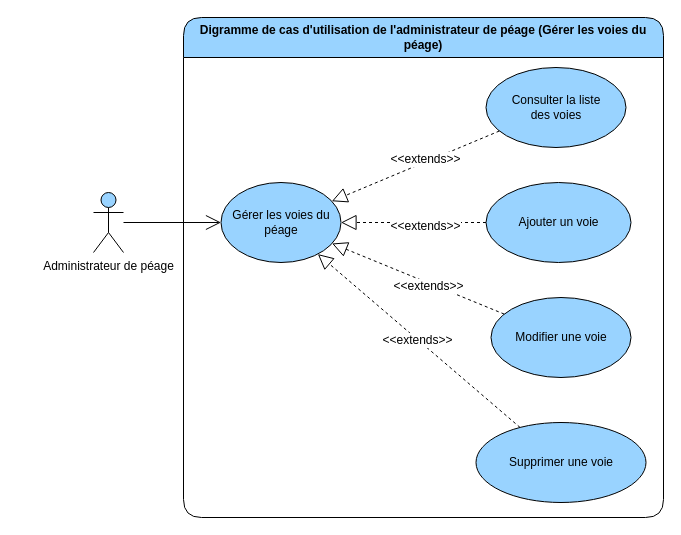
Earlier version of the draw.io diagram page "gerer les voies du péage" (2 of 4) of diagrams/use-case/administrateur-de-peage.drawio (devlotfi/peage-pay). Source tidied: cells renumbered, new cells numbered last; positions are measured from the earlier drawing's top-left corner, leaving out a move shared by most shapes. Both pictures are drawn from the tidied source at 100%, with x=0, y=0 at pixel (93, 17).
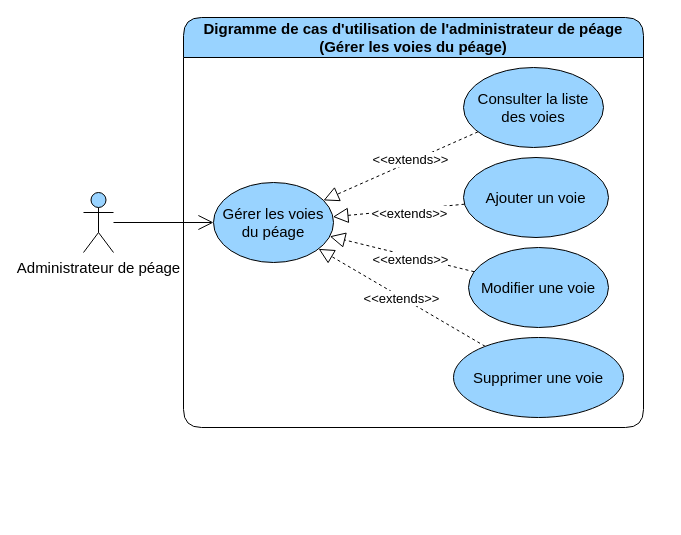
After the change.

Diff of the diagram source:
```diff
@@
 <mxGraphModel>
   <root>
     <mxCell id="0" />
     <mxCell id="1" parent="0" />
-    <mxCell id="2" value="Digramme de cas d'utilisation de l'administrateur de péage (Gérer les voies du péage)" style="swimlane;whiteSpace=wrap;html=1;rounded=1;fillColor=#99D3FF;startSize=40;" parent="1" vertex="1">
-      <mxGeometry x="90" width="480" height="500" as="geometry" />
+    <mxCell id="2" value="Digramme de cas d'utilisation de l'administrateur de péage (Gérer les voies du péage)" style="swimlane;whiteSpace=wrap;html=1;rounded=1;fillColor=#99D3FF;startSize=40;fontSize=15;" parent="1" vertex="1">
+      <mxGeometry x="90" width="460" height="410" as="geometry" />
     </mxCell>
-    <mxCell id="3" value="Gérer les voies du péage" style="ellipse;whiteSpace=wrap;html=1;strokeColor=default;align=center;verticalAlign=middle;fontFamily=Helvetica;fontSize=12;fontColor=default;fillColor=#99D3FF;" parent="2" vertex="1">
-      <mxGeometry x="37.5" y="165" width="120" height="80" as="geometry" />
+    <mxCell id="3" value="Gérer les voies du péage" style="ellipse;whiteSpace=wrap;html=1;strokeColor=default;align=center;verticalAlign=middle;fontFamily=Helvetica;fontSize=15;fontColor=default;fillColor=#99D3FF;" parent="2" vertex="1">
+      <mxGeometry x="30" y="165" width="120" height="80" as="geometry" />
     </mxCell>
-    <mxCell id="4" style="edgeStyle=none;rounded=0;jettySize=auto;html=1;dashed=1;strokeColor=default;align=center;verticalAlign=middle;fontFamily=Helvetica;fontSize=12;fontColor=default;labelBackgroundColor=default;startSize=6;endArrow=block;endFill=0;endSize=13;" parent="2" edge="1" source="6" target="3">
+    <mxCell id="4" style="edgeStyle=none;rounded=0;jettySize=auto;html=1;dashed=1;strokeColor=default;align=center;verticalAlign=middle;fontFamily=Helvetica;fontSize=15;fontColor=default;labelBackgroundColor=default;startSize=6;endArrow=block;endFill=0;endSize=13;" parent="2" edge="1" source="6" target="3">
       <mxGeometry relative="1" as="geometry" />
     </mxCell>
-    <mxCell id="5" value="&amp;lt;&amp;lt;extends&amp;gt;&amp;gt;" style="edgeLabel;html=1;align=center;verticalAlign=middle;strokeColor=default;fontFamily=Helvetica;fontSize=12;fontColor=default;labelBackgroundColor=default;fillColor=#99D3FF;" parent="4" vertex="1">
+    <mxCell id="5" value="&amp;lt;&amp;lt;extends&amp;gt;&amp;gt;" style="edgeLabel;html=1;align=center;verticalAlign=middle;strokeColor=default;fontFamily=Helvetica;fontSize=13;fontColor=default;labelBackgroundColor=default;fillColor=#99D3FF;" parent="4" vertex="1">
       <mxGeometry x="-0.16" y="3" relative="1" as="geometry" />
     </mxCell>
-    <mxCell id="6" value="Ajouter un&amp;nbsp;voie" style="ellipse;whiteSpace=wrap;html=1;strokeColor=default;align=center;verticalAlign=middle;fontFamily=Helvetica;fontSize=12;fontColor=default;fillColor=#99D3FF;" parent="2" vertex="1">
-      <mxGeometry x="302.5" y="165" width="145" height="80" as="geometry" />
+    <mxCell id="6" value="Ajouter un&amp;nbsp;voie" style="ellipse;whiteSpace=wrap;html=1;strokeColor=default;align=center;verticalAlign=middle;fontFamily=Helvetica;fontSize=15;fontColor=default;fillColor=#99D3FF;" parent="2" vertex="1">
+      <mxGeometry x="280" y="140" width="145" height="80" as="geometry" />
     </mxCell>
-    <mxCell id="7" style="edgeStyle=none;rounded=0;jettySize=auto;html=1;dashed=1;strokeColor=default;align=center;verticalAlign=middle;fontFamily=Helvetica;fontSize=12;fontColor=default;labelBackgroundColor=default;startSize=6;endArrow=block;endFill=0;endSize=13;" parent="2" edge="1" source="9" target="3">
+    <mxCell id="7" style="edgeStyle=none;rounded=0;jettySize=auto;html=1;dashed=1;strokeColor=default;align=center;verticalAlign=middle;fontFamily=Helvetica;fontSize=15;fontColor=default;labelBackgroundColor=default;startSize=6;endArrow=block;endFill=0;endSize=13;" parent="2" edge="1" source="9" target="3">
       <mxGeometry relative="1" as="geometry" />
     </mxCell>
-    <mxCell id="8" value="&amp;lt;&amp;lt;extends&amp;gt;&amp;gt;" style="edgeLabel;html=1;align=center;verticalAlign=middle;strokeColor=default;fontFamily=Helvetica;fontSize=12;fontColor=default;labelBackgroundColor=default;fillColor=#99D3FF;" parent="7" vertex="1">
+    <mxCell id="8" value="&amp;lt;&amp;lt;extends&amp;gt;&amp;gt;" style="edgeLabel;html=1;align=center;verticalAlign=middle;strokeColor=default;fontFamily=Helvetica;fontSize=13;fontColor=default;labelBackgroundColor=default;fillColor=#99D3FF;" parent="7" vertex="1">
       <mxGeometry x="-0.13" y="3" relative="1" as="geometry" />
     </mxCell>
-    <mxCell id="9" value="Modifier une voie" style="ellipse;whiteSpace=wrap;html=1;strokeColor=default;align=center;verticalAlign=middle;fontFamily=Helvetica;fontSize=12;fontColor=default;fillColor=#99D3FF;" parent="2" vertex="1">
-      <mxGeometry x="307.5" y="280" width="140" height="80" as="geometry" />
+    <mxCell id="9" value="Modifier une voie" style="ellipse;whiteSpace=wrap;html=1;strokeColor=default;align=center;verticalAlign=middle;fontFamily=Helvetica;fontSize=15;fontColor=default;fillColor=#99D3FF;" parent="2" vertex="1">
+      <mxGeometry x="285" y="230" width="140" height="80" as="geometry" />
     </mxCell>
-    <mxCell id="10" style="edgeStyle=none;rounded=0;jettySize=auto;html=1;dashed=1;strokeColor=default;align=center;verticalAlign=middle;fontFamily=Helvetica;fontSize=12;fontColor=default;labelBackgroundColor=default;startSize=6;endArrow=block;endFill=0;endSize=13;" parent="2" edge="1" source="12" target="3">
+    <mxCell id="10" style="edgeStyle=none;rounded=0;jettySize=auto;html=1;dashed=1;strokeColor=default;align=center;verticalAlign=middle;fontFamily=Helvetica;fontSize=15;fontColor=default;labelBackgroundColor=default;startSize=6;endArrow=block;endFill=0;endSize=13;" parent="2" edge="1" source="12" target="3">
       <mxGeometry relative="1" as="geometry" />
     </mxCell>
-    <mxCell id="11" value="&amp;lt;&amp;lt;extends&amp;gt;&amp;gt;" style="edgeLabel;html=1;align=center;verticalAlign=middle;strokeColor=default;fontFamily=Helvetica;fontSize=12;fontColor=default;labelBackgroundColor=default;fillColor=#99D3FF;" parent="10" vertex="1">
+    <mxCell id="11" value="&amp;lt;&amp;lt;extends&amp;gt;&amp;gt;" style="edgeLabel;html=1;align=center;verticalAlign=middle;strokeColor=default;fontFamily=Helvetica;fontSize=13;fontColor=default;labelBackgroundColor=default;fillColor=#99D3FF;" parent="10" vertex="1">
       <mxGeometry x="0.01" y="1" relative="1" as="geometry" />
     </mxCell>
-    <mxCell id="12" value="Supprimer une voie" style="ellipse;whiteSpace=wrap;html=1;strokeColor=default;align=center;verticalAlign=middle;fontFamily=Helvetica;fontSize=12;fontColor=default;fillColor=#99D3FF;" parent="2" vertex="1">
-      <mxGeometry x="292.5" y="405" width="170" height="80" as="geometry" />
+    <mxCell id="12" value="Supprimer une voie" style="ellipse;whiteSpace=wrap;html=1;strokeColor=default;align=center;verticalAlign=middle;fontFamily=Helvetica;fontSize=15;fontColor=default;fillColor=#99D3FF;" parent="2" vertex="1">
+      <mxGeometry x="270" y="320" width="170" height="80" as="geometry" />
     </mxCell>
-    <mxCell id="13" style="edgeStyle=none;rounded=0;jettySize=auto;html=1;dashed=1;strokeColor=default;align=center;verticalAlign=middle;fontFamily=Helvetica;fontSize=12;fontColor=default;labelBackgroundColor=default;startSize=6;endArrow=block;endFill=0;endSize=13;" parent="2" edge="1" source="15" target="3">
+    <mxCell id="13" style="edgeStyle=none;rounded=0;jettySize=auto;html=1;dashed=1;strokeColor=default;align=center;verticalAlign=middle;fontFamily=Helvetica;fontSize=15;fontColor=default;labelBackgroundColor=default;startSize=6;endArrow=block;endFill=0;endSize=13;" parent="2" edge="1" source="15" target="3">
       <mxGeometry relative="1" as="geometry" />
     </mxCell>
-    <mxCell id="14" value="&amp;lt;&amp;lt;extends&amp;gt;&amp;gt;" style="edgeLabel;html=1;align=center;verticalAlign=middle;strokeColor=default;fontFamily=Helvetica;fontSize=12;fontColor=default;labelBackgroundColor=default;fillColor=#99D3FF;" parent="13" vertex="1">
+    <mxCell id="14" value="&amp;lt;&amp;lt;extends&amp;gt;&amp;gt;" style="edgeLabel;html=1;align=center;verticalAlign=middle;strokeColor=default;fontFamily=Helvetica;fontSize=13;fontColor=default;labelBackgroundColor=default;fillColor=#99D3FF;" parent="13" vertex="1">
       <mxGeometry x="-0.12" y="-3" relative="1" as="geometry">
         <mxPoint x="1" as="offset" />
       </mxGeometry>
     </mxCell>
-    <mxCell id="15" value="Consulter la liste des&amp;nbsp;voies" style="ellipse;whiteSpace=wrap;html=1;strokeColor=default;align=center;verticalAlign=middle;fontFamily=Helvetica;fontSize=12;fontColor=default;fillColor=#99D3FF;" parent="2" vertex="1">
-      <mxGeometry x="302.5" y="50" width="140" height="80" as="geometry" />
+    <mxCell id="15" value="Consulter la liste des&amp;nbsp;voies" style="ellipse;whiteSpace=wrap;html=1;strokeColor=default;align=center;verticalAlign=middle;fontFamily=Helvetica;fontSize=15;fontColor=default;fillColor=#99D3FF;" parent="2" vertex="1">
+      <mxGeometry x="280" y="50" width="140" height="80" as="geometry" />
     </mxCell>
-    <mxCell id="16" style="rounded=0;jettySize=auto;html=1;fontFamily=Helvetica;fontSize=12;fontColor=default;endArrow=open;endFill=0;startSize=6;endSize=13;" parent="1" edge="1" source="17" target="3">
+    <mxCell id="16" style="rounded=0;jettySize=auto;html=1;fontFamily=Helvetica;fontSize=15;fontColor=default;endArrow=open;endFill=0;startSize=6;endSize=13;" parent="1" edge="1" source="17" target="3">
       <mxGeometry relative="1" as="geometry" />
     </mxCell>
-    <mxCell id="17" value="Administrateur&amp;nbsp;de péage" style="shape=umlActor;verticalLabelPosition=bottom;verticalAlign=top;html=1;outlineConnect=0;strokeColor=default;align=center;fontFamily=Helvetica;fontSize=12;fontColor=default;fillColor=#99D3FF;" parent="1" vertex="1">
-      <mxGeometry y="175" width="30" height="60" as="geometry" />
+    <mxCell id="17" value="Administrateur&amp;nbsp;de péage" style="shape=umlActor;verticalLabelPosition=bottom;verticalAlign=top;html=1;outlineConnect=0;strokeColor=default;align=center;fontFamily=Helvetica;fontSize=15;fontColor=default;fillColor=#99D3FF;" parent="1" vertex="1">
+      <mxGeometry x="-10" y="175" width="30" height="60" as="geometry" />
     </mxCell>
   </root>
 </mxGraphModel>
```
